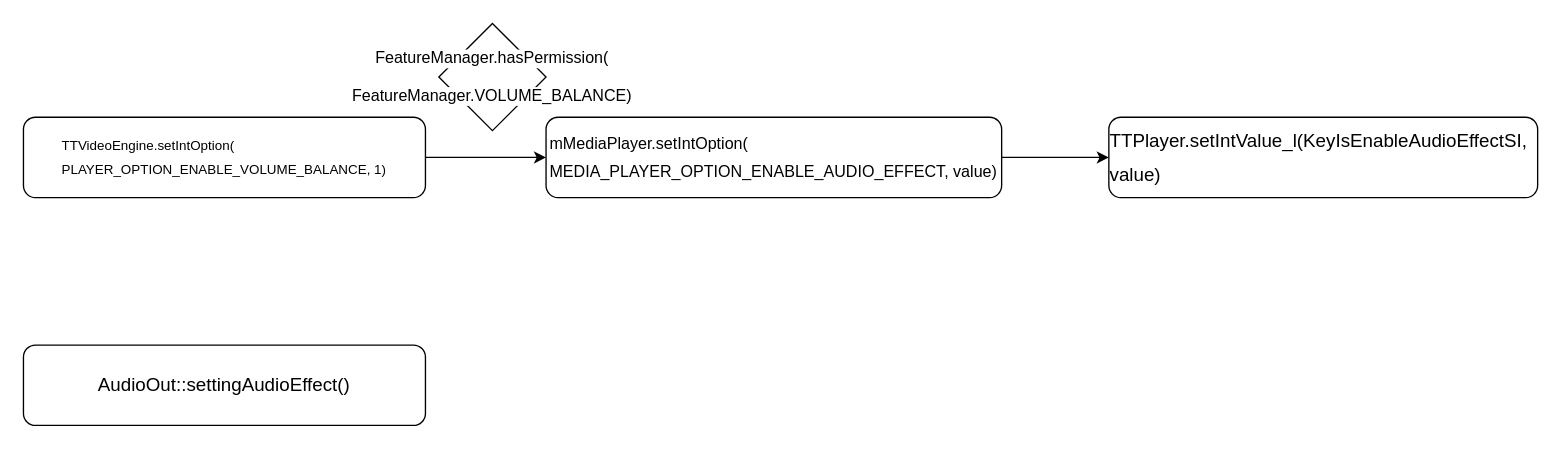
Above: bd_volume_balance.drawio in stayreal0327/drawio (draw.io), before the change. Source tidied: cells renumbered, new cells numbered last; positions are measured from the earlier drawing's top-left corner, leaving out a move shared by most shapes. Both pictures are drawn from the tidied source at 134%, with x=0, y=0 at pixel (23, 23).
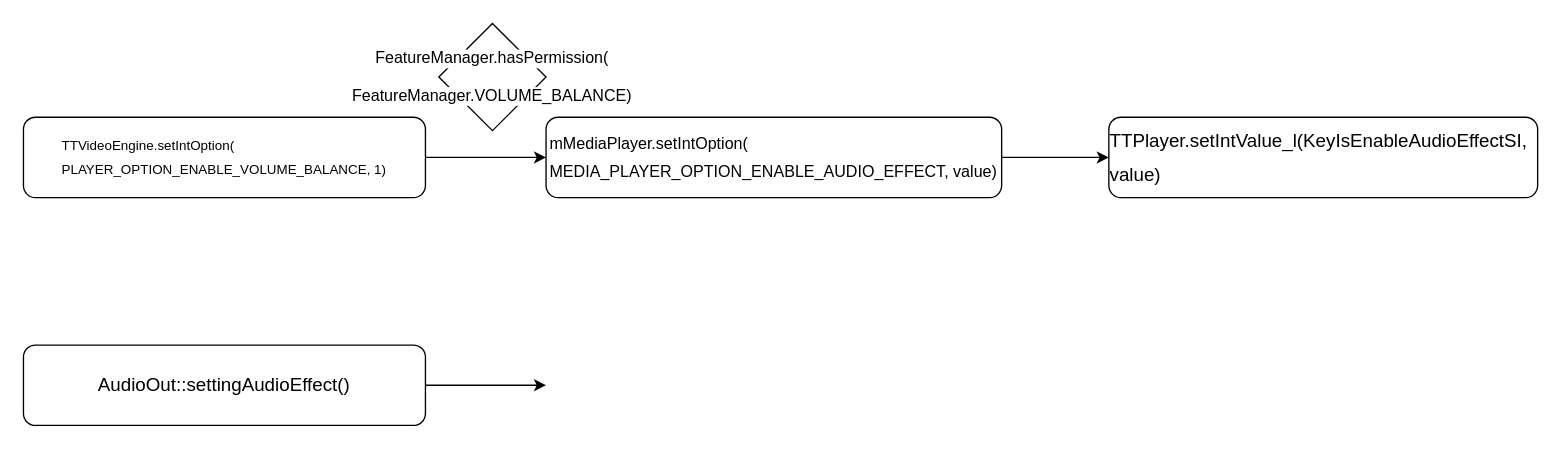
After the change.

The edit, as a diff of the source:
```diff
@@
 <mxGraphModel>
   <root>
     <mxCell id="0" />
     <mxCell id="1" parent="0" />
     <mxCell id="2" value="&lt;div style=&quot;text-align: left ; line-height: 1.75 ; font-size: 10px&quot;&gt;&lt;div style=&quot;line-height: 1.75 ; font-size: 10px&quot;&gt;&lt;span style=&quot;font-size: 10px&quot;&gt;TTVideoEngine.setIntOption(&lt;/span&gt;&lt;/div&gt;&lt;div style=&quot;line-height: 1.75 ; font-size: 10px&quot;&gt;&lt;span style=&quot;font-size: 10px&quot;&gt;PLAYER_OPTION_ENABLE_VOLUME_BALANCE&lt;/span&gt;&lt;span style=&quot;font-size: 10px&quot;&gt;, 1)&lt;/span&gt;&lt;/div&gt;&lt;/div&gt;" style="rounded=1;whiteSpace=wrap;html=1;" parent="1" vertex="1">
       <mxGeometry y="70" width="300" height="60" as="geometry" />
     </mxCell>
     <mxCell id="3" value="&lt;pre style=&quot;font-size: 9pt&quot;&gt;&lt;span style=&quot;background-color: rgb(255 , 255 , 255)&quot;&gt;&lt;font face=&quot;Helvetica&quot; style=&quot;font-size: 12px&quot;&gt;FeatureManager.hasPermission(&lt;/font&gt;&lt;/span&gt;&lt;/pre&gt;&lt;pre style=&quot;font-size: 9pt&quot;&gt;&lt;span style=&quot;background-color: rgb(255 , 255 , 255)&quot;&gt;&lt;font face=&quot;Helvetica&quot; style=&quot;font-size: 12px&quot;&gt;FeatureManager.VOLUME_BALANCE)&lt;/font&gt;&lt;/span&gt;&lt;/pre&gt;" style="rhombus;whiteSpace=wrap;html=1;" parent="1" vertex="1">
       <mxGeometry x="310" width="80" height="80" as="geometry" />
     </mxCell>
     <mxCell id="4" style="edgeStyle=orthogonalEdgeStyle;rounded=0;jettySize=auto;html=1;entryX=0;entryY=0.5;entryDx=0;entryDy=0;" parent="1" edge="1" source="2" target="7">
       <mxGeometry relative="1" as="geometry" />
     </mxCell>
     <mxCell id="5" value="yes" style="text;html=1;strokeColor=none;fillColor=none;align=center;verticalAlign=middle;whiteSpace=wrap;rounded=0;" parent="1" vertex="1">
       <mxGeometry x="460" y="80" width="40" height="20" as="geometry" />
     </mxCell>
     <mxCell id="6" style="edgeStyle=orthogonalEdgeStyle;rounded=0;jettySize=auto;html=1;" parent="1" edge="1" source="7" target="8">
       <mxGeometry relative="1" as="geometry" />
     </mxCell>
     <mxCell id="7" value="&lt;div style=&quot;text-align: left ; line-height: 1.75&quot;&gt;&lt;font style=&quot;font-size: 12px&quot;&gt;mMediaPlayer.setIntOption(&lt;/font&gt;&lt;/div&gt;&lt;div style=&quot;text-align: left ; line-height: 1.75&quot;&gt;&lt;font style=&quot;font-size: 12px&quot;&gt;MEDIA_PLAYER_OPTION_ENABLE_AUDIO_EFFECT, value)&lt;/font&gt;&lt;/div&gt;" style="rounded=1;whiteSpace=wrap;html=1;" parent="1" vertex="1">
       <mxGeometry x="390" y="70" width="340" height="60" as="geometry" />
     </mxCell>
     <mxCell id="8" value="&lt;div style=&quot;text-align: left ; line-height: 1.75 ; font-size: 14px&quot;&gt;TTPlayer.setIntValue_l(KeyIsEnableAudioEffectSI, value)&lt;/div&gt;" style="rounded=1;whiteSpace=wrap;html=1;" parent="1" vertex="1">
       <mxGeometry x="810" y="70" width="320" height="60" as="geometry" />
     </mxCell>
+    <mxCell id="10" style="edgeStyle=orthogonalEdgeStyle;rounded=0;jettySize=auto;html=1;" parent="1" edge="1" source="9">
+      <mxGeometry relative="1" as="geometry">
+        <mxPoint x="390" y="270" as="targetPoint" />
+      </mxGeometry>
+    </mxCell>
     <mxCell id="9" value="&lt;div style=&quot;text-align: left ; line-height: 1.75 ; font-size: 14px&quot;&gt;AudioOut::settingAudioEffect()&lt;/div&gt;" style="rounded=1;whiteSpace=wrap;html=1;" parent="1" vertex="1">
       <mxGeometry y="240" width="300" height="60" as="geometry" />
     </mxCell>
   </root>
 </mxGraphModel>
```
